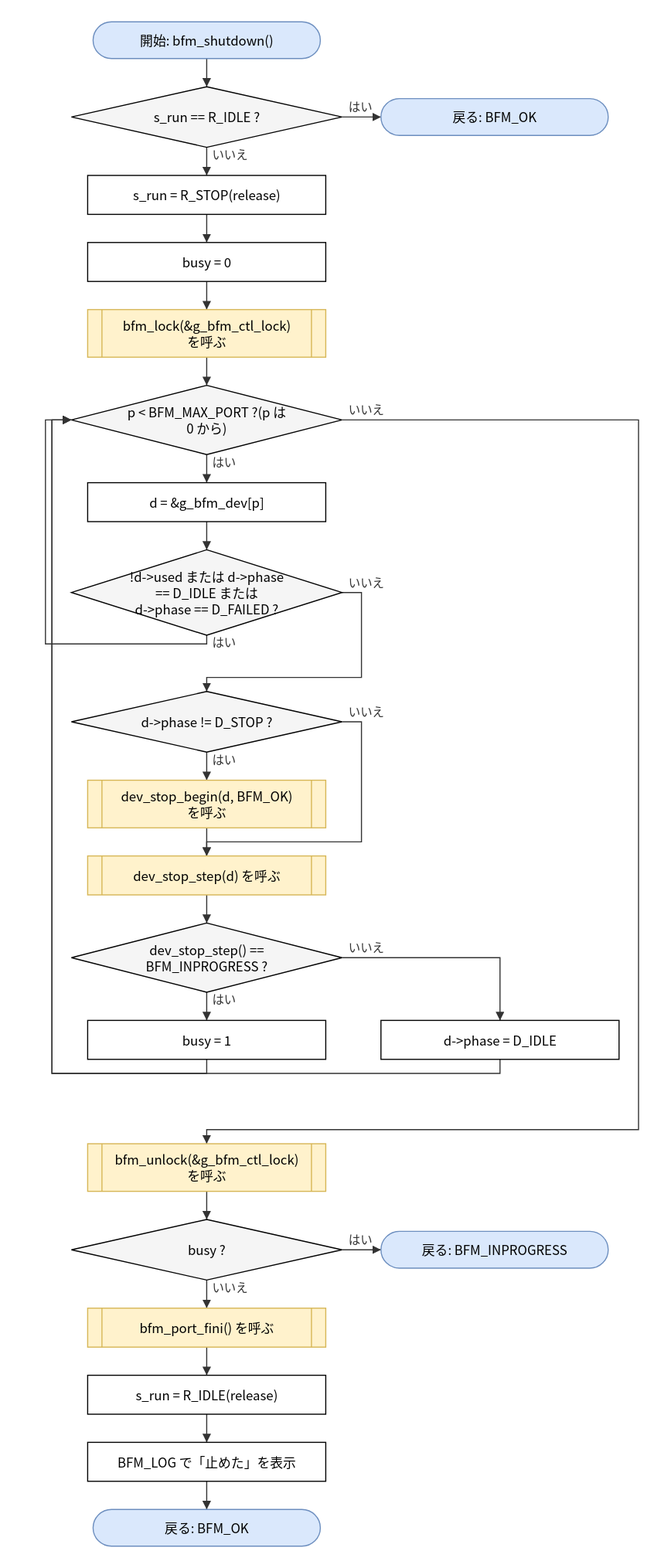
Above: doc/spec/images/flow_src_bfm_core-bfm_shutdown.drawio.svg in hf355051012-ai/bfmem (draw.io), before the change. Source tidied: cells renumbered, new cells last; positions are measured from the earlier drawing's top-left corner, leaving out a move shared by most shapes.
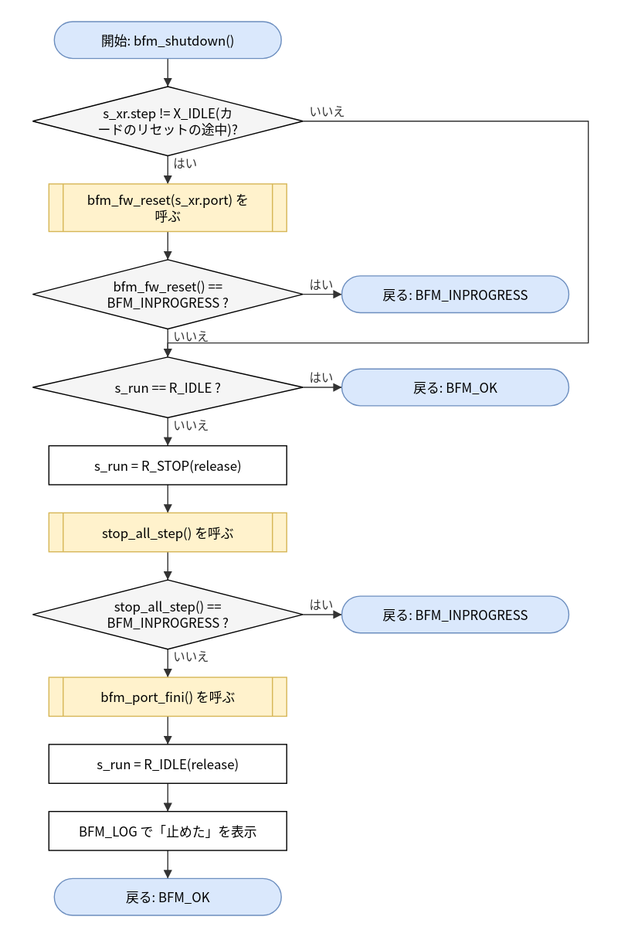
After the commit.

The edit, as a diff of the source:
```diff
@@ -3,185 +3,100 @@
     <mxCell id="0" />
     <mxCell id="1" parent="0" />
     <mxCell id="2" value="開始: bfm_shutdown()" style="rounded=1;arcSize=50;whiteSpace=wrap;html=1;fillColor=#dae8fc;strokeColor=#6c8ebf;" parent="1" vertex="1">
-      <mxGeometry x="44" width="210" height="34" as="geometry" />
+      <mxGeometry x="8" width="210" height="34" as="geometry" />
     </mxCell>
-    <mxCell id="3" value="s_run == R_IDLE ?" style="rhombus;whiteSpace=wrap;html=1;fillColor=#f5f5f5;" parent="1" vertex="1">
-      <mxGeometry x="24" y="60" width="250" height="56" as="geometry" />
+    <mxCell id="3" value="s_xr.step != X_IDLE(カ&lt;br&gt;ードのリセットの途中)?" style="rhombus;whiteSpace=wrap;html=1;fillColor=#f5f5f5;" parent="1" vertex="1">
+      <mxGeometry x="-12" y="60" width="250" height="64" as="geometry" />
     </mxCell>
-    <mxCell id="4" value="戻る: BFM_OK" style="rounded=1;arcSize=50;whiteSpace=wrap;html=1;fillColor=#dae8fc;strokeColor=#6c8ebf;" parent="1" vertex="1">
-      <mxGeometry x="310" y="71" width="210" height="34" as="geometry" />
+    <mxCell id="4" value="bfm_fw_reset(s_xr.port) を&lt;br&gt;呼ぶ" style="shape=process;whiteSpace=wrap;html=1;backgroundOutline=1;size=0.06;fillColor=#fff2cc;strokeColor=#d6b656;" parent="1" vertex="1">
+      <mxGeometry x="3" y="150" width="220" height="44" as="geometry" />
     </mxCell>
-    <mxCell id="5" value="s_run = R_STOP(release)" style="rounded=0;whiteSpace=wrap;html=1;" parent="1" vertex="1">
-      <mxGeometry x="39" y="142" width="220" height="36" as="geometry" />
+    <mxCell id="5" value="bfm_fw_reset() ==&lt;br&gt;BFM_INPROGRESS ?" style="rhombus;whiteSpace=wrap;html=1;fillColor=#f5f5f5;" parent="1" vertex="1">
+      <mxGeometry x="-12" y="220" width="250" height="64" as="geometry" />
     </mxCell>
-    <mxCell id="6" value="busy = 0" style="rounded=0;whiteSpace=wrap;html=1;" parent="1" vertex="1">
-      <mxGeometry x="39" y="204" width="220" height="36" as="geometry" />
+    <mxCell id="6" value="戻る: BFM_INPROGRESS" style="rounded=1;arcSize=50;whiteSpace=wrap;html=1;fillColor=#dae8fc;strokeColor=#6c8ebf;" parent="1" vertex="1">
+      <mxGeometry x="274" y="235" width="210" height="34" as="geometry" />
     </mxCell>
-    <mxCell id="7" value="bfm_lock(&amp;amp;g_bfm_ctl_lock)&lt;br&gt;を呼ぶ" style="shape=process;whiteSpace=wrap;html=1;backgroundOutline=1;size=0.06;fillColor=#fff2cc;strokeColor=#d6b656;" parent="1" vertex="1">
-      <mxGeometry x="39" y="266" width="220" height="44" as="geometry" />
+    <mxCell id="7" value="s_run == R_IDLE ?" style="rhombus;whiteSpace=wrap;html=1;fillColor=#f5f5f5;" parent="1" vertex="1">
+      <mxGeometry x="-12" y="310" width="250" height="56" as="geometry" />
     </mxCell>
-    <mxCell id="8" value="p &amp;lt; BFM_MAX_PORT ?(p は&lt;br&gt;0 から)" style="rhombus;whiteSpace=wrap;html=1;fillColor=#f5f5f5;" parent="1" vertex="1">
-      <mxGeometry x="24" y="336" width="250" height="64" as="geometry" />
+    <mxCell id="8" value="戻る: BFM_OK" style="rounded=1;arcSize=50;whiteSpace=wrap;html=1;fillColor=#dae8fc;strokeColor=#6c8ebf;" parent="1" vertex="1">
+      <mxGeometry x="274" y="321" width="210" height="34" as="geometry" />
     </mxCell>
-    <mxCell id="9" value="d = &amp;amp;g_bfm_dev[p]" style="rounded=0;whiteSpace=wrap;html=1;" parent="1" vertex="1">
-      <mxGeometry x="39" y="426" width="220" height="36" as="geometry" />
+    <mxCell id="9" value="s_run = R_STOP(release)" style="rounded=0;whiteSpace=wrap;html=1;" parent="1" vertex="1">
+      <mxGeometry x="3" y="392" width="220" height="36" as="geometry" />
     </mxCell>
-    <mxCell id="10" value="!d-&amp;gt;used または d-&amp;gt;phase&lt;br&gt;== D_IDLE または&lt;br&gt;d-&amp;gt;phase == D_FAILED ?" style="rhombus;whiteSpace=wrap;html=1;fillColor=#f5f5f5;" parent="1" vertex="1">
-      <mxGeometry x="24" y="488" width="250" height="79" as="geometry" />
+    <mxCell id="10" value="stop_all_step() を呼ぶ" style="shape=process;whiteSpace=wrap;html=1;backgroundOutline=1;size=0.06;fillColor=#fff2cc;strokeColor=#d6b656;" parent="1" vertex="1">
+      <mxGeometry x="3" y="454" width="220" height="36" as="geometry" />
     </mxCell>
-    <mxCell id="11" value="d-&amp;gt;phase != D_STOP ?" style="rhombus;whiteSpace=wrap;html=1;fillColor=#f5f5f5;" parent="1" vertex="1">
-      <mxGeometry x="24" y="619" width="250" height="56" as="geometry" />
+    <mxCell id="11" value="stop_all_step() ==&lt;br&gt;BFM_INPROGRESS ?" style="rhombus;whiteSpace=wrap;html=1;fillColor=#f5f5f5;" parent="1" vertex="1">
+      <mxGeometry x="-12" y="516" width="250" height="64" as="geometry" />
     </mxCell>
-    <mxCell id="12" value="dev_stop_begin(d, BFM_OK)&lt;br&gt;を呼ぶ" style="shape=process;whiteSpace=wrap;html=1;backgroundOutline=1;size=0.06;fillColor=#fff2cc;strokeColor=#d6b656;" parent="1" vertex="1">
-      <mxGeometry x="39" y="701" width="220" height="44" as="geometry" />
+    <mxCell id="12" value="戻る: BFM_INPROGRESS" style="rounded=1;arcSize=50;whiteSpace=wrap;html=1;fillColor=#dae8fc;strokeColor=#6c8ebf;" parent="1" vertex="1">
+      <mxGeometry x="274" y="531" width="210" height="34" as="geometry" />
     </mxCell>
-    <mxCell id="13" value="dev_stop_step(d) を呼ぶ" style="shape=process;whiteSpace=wrap;html=1;backgroundOutline=1;size=0.06;fillColor=#fff2cc;strokeColor=#d6b656;" parent="1" vertex="1">
-      <mxGeometry x="39" y="771" width="220" height="36" as="geometry" />
+    <mxCell id="13" value="bfm_port_fini() を呼ぶ" style="shape=process;whiteSpace=wrap;html=1;backgroundOutline=1;size=0.06;fillColor=#fff2cc;strokeColor=#d6b656;" parent="1" vertex="1">
+      <mxGeometry x="3" y="606" width="220" height="36" as="geometry" />
     </mxCell>
-    <mxCell id="14" value="dev_stop_step() ==&lt;br&gt;BFM_INPROGRESS ?" style="rhombus;whiteSpace=wrap;html=1;fillColor=#f5f5f5;" parent="1" vertex="1">
-      <mxGeometry x="24" y="833" width="250" height="64" as="geometry" />
+    <mxCell id="14" value="s_run = R_IDLE(release)" style="rounded=0;whiteSpace=wrap;html=1;" parent="1" vertex="1">
+      <mxGeometry x="3" y="668" width="220" height="36" as="geometry" />
     </mxCell>
-    <mxCell id="15" value="busy = 1" style="rounded=0;whiteSpace=wrap;html=1;" parent="1" vertex="1">
-      <mxGeometry x="39" y="923" width="220" height="36" as="geometry" />
+    <mxCell id="15" value="BFM_LOG で「止めた」を表示" style="rounded=0;whiteSpace=wrap;html=1;" parent="1" vertex="1">
+      <mxGeometry x="3" y="730" width="220" height="36" as="geometry" />
     </mxCell>
-    <mxCell id="16" value="d-&amp;gt;phase = D_IDLE" style="rounded=0;whiteSpace=wrap;html=1;" parent="1" vertex="1">
-      <mxGeometry x="310" y="923" width="220" height="36" as="geometry" />
+    <mxCell id="16" value="戻る: BFM_OK" style="rounded=1;arcSize=50;whiteSpace=wrap;html=1;fillColor=#dae8fc;strokeColor=#6c8ebf;" parent="1" vertex="1">
+      <mxGeometry x="8" y="792" width="210" height="34" as="geometry" />
     </mxCell>
-    <mxCell id="17" value="bfm_unlock(&amp;amp;g_bfm_ctl_lock)&lt;br&gt;を呼ぶ" style="shape=process;whiteSpace=wrap;html=1;backgroundOutline=1;size=0.06;fillColor=#fff2cc;strokeColor=#d6b656;" parent="1" vertex="1">
-      <mxGeometry x="39" y="1037" width="220" height="44" as="geometry" />
-    </mxCell>
-    <mxCell id="18" value="busy ?" style="rhombus;whiteSpace=wrap;html=1;fillColor=#f5f5f5;" parent="1" vertex="1">
-      <mxGeometry x="24" y="1107" width="250" height="56" as="geometry" />
-    </mxCell>
-    <mxCell id="19" value="戻る: BFM_INPROGRESS" style="rounded=1;arcSize=50;whiteSpace=wrap;html=1;fillColor=#dae8fc;strokeColor=#6c8ebf;" parent="1" vertex="1">
-      <mxGeometry x="310" y="1118" width="210" height="34" as="geometry" />
-    </mxCell>
-    <mxCell id="20" value="bfm_port_fini() を呼ぶ" style="shape=process;whiteSpace=wrap;html=1;backgroundOutline=1;size=0.06;fillColor=#fff2cc;strokeColor=#d6b656;" parent="1" vertex="1">
-      <mxGeometry x="39" y="1189" width="220" height="36" as="geometry" />
-    </mxCell>
-    <mxCell id="21" value="s_run = R_IDLE(release)" style="rounded=0;whiteSpace=wrap;html=1;" parent="1" vertex="1">
-      <mxGeometry x="39" y="1251" width="220" height="36" as="geometry" />
-    </mxCell>
-    <mxCell id="22" value="BFM_LOG で「止めた」を表示" style="rounded=0;whiteSpace=wrap;html=1;" parent="1" vertex="1">
-      <mxGeometry x="39" y="1313" width="220" height="36" as="geometry" />
-    </mxCell>
-    <mxCell id="23" value="戻る: BFM_OK" style="rounded=1;arcSize=50;whiteSpace=wrap;html=1;fillColor=#dae8fc;strokeColor=#6c8ebf;" parent="1" vertex="1">
-      <mxGeometry x="44" y="1375" width="210" height="34" as="geometry" />
-    </mxCell>
     <mxCell id="24" style="edgeStyle=none;html=1;rounded=0;endArrow=block;endFill=1;exitX=0.5000;exitY=1.0000;exitDx=0;exitDy=0;exitPerimeter=0;entryX=0.5000;entryY=0.0000;entryDx=0;entryDy=0;entryPerimeter=0;" parent="1" edge="1" source="2" target="3">
       <mxGeometry relative="1" as="geometry" />
     </mxCell>
-    <mxCell id="25" value="はい" style="edgeStyle=none;html=1;rounded=0;endArrow=block;endFill=1;exitX=1.0000;exitY=0.5000;exitDx=0;exitDy=0;exitPerimeter=0;entryX=0.0000;entryY=0.5000;entryDx=0;entryDy=0;entryPerimeter=0;" parent="1" edge="1" source="3" target="4">
+    <mxCell id="25" value="はい" style="edgeStyle=none;html=1;rounded=0;endArrow=block;endFill=1;exitX=0.5000;exitY=1.0000;exitDx=0;exitDy=0;exitPerimeter=0;entryX=0.5000;entryY=0.0000;entryDx=0;entryDy=0;entryPerimeter=0;" parent="1" edge="1" source="3" target="4">
       <mxGeometry relative="1" as="geometry" />
     </mxCell>
-    <mxCell id="26" value="いいえ" style="edgeStyle=none;html=1;rounded=0;endArrow=block;endFill=1;exitX=0.5000;exitY=1.0000;exitDx=0;exitDy=0;exitPerimeter=0;entryX=0.5000;entryY=0.0000;entryDx=0;entryDy=0;entryPerimeter=0;" parent="1" edge="1" source="3" target="5">
+    <mxCell id="26" style="edgeStyle=none;html=1;rounded=0;endArrow=block;endFill=1;exitX=0.5000;exitY=1.0000;exitDx=0;exitDy=0;exitPerimeter=0;entryX=0.5000;entryY=0.0000;entryDx=0;entryDy=0;entryPerimeter=0;" parent="1" edge="1" source="4" target="5">
       <mxGeometry relative="1" as="geometry" />
     </mxCell>
-    <mxCell id="27" style="edgeStyle=none;html=1;rounded=0;endArrow=block;endFill=1;exitX=0.5000;exitY=1.0000;exitDx=0;exitDy=0;exitPerimeter=0;entryX=0.5000;entryY=0.0000;entryDx=0;entryDy=0;entryPerimeter=0;" parent="1" edge="1" source="5" target="6">
+    <mxCell id="27" value="はい" style="edgeStyle=none;html=1;rounded=0;endArrow=block;endFill=1;exitX=1.0000;exitY=0.5000;exitDx=0;exitDy=0;exitPerimeter=0;entryX=0.0000;entryY=0.5000;entryDx=0;entryDy=0;entryPerimeter=0;" parent="1" edge="1" source="5" target="6">
       <mxGeometry relative="1" as="geometry" />
     </mxCell>
-    <mxCell id="28" style="edgeStyle=none;html=1;rounded=0;endArrow=block;endFill=1;exitX=0.5000;exitY=1.0000;exitDx=0;exitDy=0;exitPerimeter=0;entryX=0.5000;entryY=0.0000;entryDx=0;entryDy=0;entryPerimeter=0;" parent="1" edge="1" source="6" target="7">
+    <mxCell id="28" value="いいえ" style="edgeStyle=none;html=1;rounded=0;endArrow=block;endFill=1;exitX=0.5000;exitY=1.0000;exitDx=0;exitDy=0;exitPerimeter=0;entryX=0.5000;entryY=0.0000;entryDx=0;entryDy=0;entryPerimeter=0;" parent="1" edge="1" source="5" target="7">
       <mxGeometry relative="1" as="geometry" />
     </mxCell>
-    <mxCell id="29" style="edgeStyle=none;html=1;rounded=0;endArrow=block;endFill=1;exitX=0.5000;exitY=1.0000;exitDx=0;exitDy=0;exitPerimeter=0;entryX=0.5000;entryY=0.0000;entryDx=0;entryDy=0;entryPerimeter=0;" parent="1" edge="1" source="7" target="8">
-      <mxGeometry relative="1" as="geometry" />
+    <mxCell id="29" value="いいえ" style="edgeStyle=none;html=1;rounded=0;endArrow=block;endFill=1;exitX=1.0000;exitY=0.5000;exitDx=0;exitDy=0;exitPerimeter=0;entryX=0.5000;entryY=0.0000;entryDx=0;entryDy=0;entryPerimeter=0;" parent="1" edge="1" source="3" target="7">
+      <mxGeometry relative="1" as="geometry">
+        <Array as="points">
+          <mxPoint x="502" y="92" />
+          <mxPoint x="502" y="297" />
+          <mxPoint x="113" y="297" />
+        </Array>
+      </mxGeometry>
     </mxCell>
-    <mxCell id="30" value="はい" style="edgeStyle=none;html=1;rounded=0;endArrow=block;endFill=1;exitX=0.5000;exitY=1.0000;exitDx=0;exitDy=0;exitPerimeter=0;entryX=0.5000;entryY=0.0000;entryDx=0;entryDy=0;entryPerimeter=0;" parent="1" edge="1" source="8" target="9">
+    <mxCell id="30" value="はい" style="edgeStyle=none;html=1;rounded=0;endArrow=block;endFill=1;exitX=1.0000;exitY=0.5000;exitDx=0;exitDy=0;exitPerimeter=0;entryX=0.0000;entryY=0.5000;entryDx=0;entryDy=0;entryPerimeter=0;" parent="1" edge="1" source="7" target="8">
       <mxGeometry relative="1" as="geometry" />
     </mxCell>
-    <mxCell id="31" style="edgeStyle=none;html=1;rounded=0;endArrow=block;endFill=1;exitX=0.5000;exitY=1.0000;exitDx=0;exitDy=0;exitPerimeter=0;entryX=0.5000;entryY=0.0000;entryDx=0;entryDy=0;entryPerimeter=0;" parent="1" edge="1" source="9" target="10">
+    <mxCell id="31" value="いいえ" style="edgeStyle=none;html=1;rounded=0;endArrow=block;endFill=1;exitX=0.5000;exitY=1.0000;exitDx=0;exitDy=0;exitPerimeter=0;entryX=0.5000;entryY=0.0000;entryDx=0;entryDy=0;entryPerimeter=0;" parent="1" edge="1" source="7" target="9">
       <mxGeometry relative="1" as="geometry" />
     </mxCell>
-    <mxCell id="32" value="いいえ" style="edgeStyle=none;html=1;rounded=0;endArrow=block;endFill=1;exitX=1.0000;exitY=0.5000;exitDx=0;exitDy=0;exitPerimeter=0;entryX=0.5000;entryY=0.0000;entryDx=0;entryDy=0;entryPerimeter=0;" parent="1" edge="1" source="10" target="11">
-      <mxGeometry relative="1" as="geometry">
-        <Array as="points">
-          <mxPoint x="292" y="527.5" />
-          <mxPoint x="292" y="606" />
-          <mxPoint x="149" y="606" />
-        </Array>
-      </mxGeometry>
+    <mxCell id="32" style="edgeStyle=none;html=1;rounded=0;endArrow=block;endFill=1;exitX=0.5000;exitY=1.0000;exitDx=0;exitDy=0;exitPerimeter=0;entryX=0.5000;entryY=0.0000;entryDx=0;entryDy=0;entryPerimeter=0;" parent="1" edge="1" source="9" target="10">
+      <mxGeometry relative="1" as="geometry" />
     </mxCell>
-    <mxCell id="33" value="はい" style="edgeStyle=none;html=1;rounded=0;endArrow=block;endFill=1;exitX=0.5000;exitY=1.0000;exitDx=0;exitDy=0;exitPerimeter=0;entryX=0.5000;entryY=0.0000;entryDx=0;entryDy=0;entryPerimeter=0;" parent="1" edge="1" source="11" target="12">
+    <mxCell id="33" style="edgeStyle=none;html=1;rounded=0;endArrow=block;endFill=1;exitX=0.5000;exitY=1.0000;exitDx=0;exitDy=0;exitPerimeter=0;entryX=0.5000;entryY=0.0000;entryDx=0;entryDy=0;entryPerimeter=0;" parent="1" edge="1" source="10" target="11">
       <mxGeometry relative="1" as="geometry" />
     </mxCell>
-    <mxCell id="34" style="edgeStyle=none;html=1;rounded=0;endArrow=block;endFill=1;exitX=0.5000;exitY=1.0000;exitDx=0;exitDy=0;exitPerimeter=0;entryX=0.5000;entryY=0.0000;entryDx=0;entryDy=0;entryPerimeter=0;" parent="1" edge="1" source="12" target="13">
+    <mxCell id="34" value="はい" style="edgeStyle=none;html=1;rounded=0;endArrow=block;endFill=1;exitX=1.0000;exitY=0.5000;exitDx=0;exitDy=0;exitPerimeter=0;entryX=0.0000;entryY=0.5000;entryDx=0;entryDy=0;entryPerimeter=0;" parent="1" edge="1" source="11" target="12">
       <mxGeometry relative="1" as="geometry" />
     </mxCell>
-    <mxCell id="35" value="いいえ" style="edgeStyle=none;html=1;rounded=0;endArrow=block;endFill=1;exitX=1.0000;exitY=0.5000;exitDx=0;exitDy=0;exitPerimeter=0;entryX=0.5000;entryY=0.0000;entryDx=0;entryDy=0;entryPerimeter=0;" parent="1" edge="1" source="11" target="13">
-      <mxGeometry relative="1" as="geometry">
-        <Array as="points">
-          <mxPoint x="292" y="647" />
-          <mxPoint x="292" y="758" />
-          <mxPoint x="149" y="758" />
-        </Array>
-      </mxGeometry>
+    <mxCell id="35" value="いいえ" style="edgeStyle=none;html=1;rounded=0;endArrow=block;endFill=1;exitX=0.5000;exitY=1.0000;exitDx=0;exitDy=0;exitPerimeter=0;entryX=0.5000;entryY=0.0000;entryDx=0;entryDy=0;entryPerimeter=0;" parent="1" edge="1" source="11" target="13">
+      <mxGeometry relative="1" as="geometry" />
     </mxCell>
     <mxCell id="36" style="edgeStyle=none;html=1;rounded=0;endArrow=block;endFill=1;exitX=0.5000;exitY=1.0000;exitDx=0;exitDy=0;exitPerimeter=0;entryX=0.5000;entryY=0.0000;entryDx=0;entryDy=0;entryPerimeter=0;" parent="1" edge="1" source="13" target="14">
       <mxGeometry relative="1" as="geometry" />
     </mxCell>
-    <mxCell id="37" value="はい" style="edgeStyle=none;html=1;rounded=0;endArrow=block;endFill=1;exitX=0.5000;exitY=1.0000;exitDx=0;exitDy=0;exitPerimeter=0;entryX=0.5000;entryY=0.0000;entryDx=0;entryDy=0;entryPerimeter=0;" parent="1" edge="1" source="14" target="15">
+    <mxCell id="37" style="edgeStyle=none;html=1;rounded=0;endArrow=block;endFill=1;exitX=0.5000;exitY=1.0000;exitDx=0;exitDy=0;exitPerimeter=0;entryX=0.5000;entryY=0.0000;entryDx=0;entryDy=0;entryPerimeter=0;" parent="1" edge="1" source="14" target="15">
       <mxGeometry relative="1" as="geometry" />
     </mxCell>
-    <mxCell id="38" value="いいえ" style="edgeStyle=none;html=1;rounded=0;endArrow=block;endFill=1;exitX=1.0000;exitY=0.5000;exitDx=0;exitDy=0;exitPerimeter=0;entryX=0.5000;entryY=0.0000;entryDx=0;entryDy=0;entryPerimeter=0;" parent="1" edge="1" source="14" target="16">
-      <mxGeometry relative="1" as="geometry">
-        <Array as="points">
-          <mxPoint x="420" y="865" />
-        </Array>
-      </mxGeometry>
+    <mxCell id="38" style="edgeStyle=none;html=1;rounded=0;endArrow=block;endFill=1;exitX=0.5000;exitY=1.0000;exitDx=0;exitDy=0;exitPerimeter=0;entryX=0.5000;entryY=0.0000;entryDx=0;entryDy=0;entryPerimeter=0;" parent="1" edge="1" source="15" target="16">
+      <mxGeometry relative="1" as="geometry" />
     </mxCell>
-    <mxCell id="39" style="edgeStyle=none;html=1;rounded=0;endArrow=block;endFill=1;exitX=0.5000;exitY=1.0000;exitDx=0;exitDy=0;exitPerimeter=0;entryX=0.0000;entryY=0.5000;entryDx=0;entryDy=0;entryPerimeter=0;" parent="1" edge="1" source="15" target="8">
-      <mxGeometry relative="1" as="geometry">
-        <Array as="points">
-          <mxPoint x="149" y="972" />
-          <mxPoint x="6" y="972" />
-          <mxPoint x="6" y="368" />
-        </Array>
-      </mxGeometry>
-    </mxCell>
-    <mxCell id="40" style="edgeStyle=none;html=1;rounded=0;endArrow=block;endFill=1;exitX=0.5000;exitY=1.0000;exitDx=0;exitDy=0;exitPerimeter=0;entryX=0.0000;entryY=0.5000;entryDx=0;entryDy=0;entryPerimeter=0;" parent="1" edge="1" source="16" target="8">
-      <mxGeometry relative="1" as="geometry">
-        <Array as="points">
-          <mxPoint x="420" y="972" />
-          <mxPoint x="6" y="972" />
-          <mxPoint x="6" y="368" />
-        </Array>
-      </mxGeometry>
-    </mxCell>
-    <mxCell id="41" value="はい" style="edgeStyle=none;html=1;rounded=0;endArrow=block;endFill=1;exitX=0.5000;exitY=1.0000;exitDx=0;exitDy=0;exitPerimeter=0;entryX=0.0000;entryY=0.5000;entryDx=0;entryDy=0;entryPerimeter=0;" parent="1" edge="1" source="10" target="8">
-      <mxGeometry relative="1" as="geometry">
-        <Array as="points">
-          <mxPoint x="149" y="575" />
-          <mxPoint y="575" />
-          <mxPoint y="368" />
-        </Array>
-      </mxGeometry>
-    </mxCell>
-    <mxCell id="42" value="いいえ" style="edgeStyle=none;html=1;rounded=0;endArrow=block;endFill=1;exitX=1.0000;exitY=0.5000;exitDx=0;exitDy=0;exitPerimeter=0;entryX=0.5000;entryY=0.0000;entryDx=0;entryDy=0;entryPerimeter=0;" parent="1" edge="1" source="8" target="17">
-      <mxGeometry relative="1" as="geometry">
-        <Array as="points">
-          <mxPoint x="548" y="368" />
-          <mxPoint x="548" y="1024" />
-          <mxPoint x="149" y="1024" />
-        </Array>
-      </mxGeometry>
-    </mxCell>
-    <mxCell id="43" style="edgeStyle=none;html=1;rounded=0;endArrow=block;endFill=1;exitX=0.5000;exitY=1.0000;exitDx=0;exitDy=0;exitPerimeter=0;entryX=0.5000;entryY=0.0000;entryDx=0;entryDy=0;entryPerimeter=0;" parent="1" edge="1" source="17" target="18">
-      <mxGeometry relative="1" as="geometry" />
-    </mxCell>
-    <mxCell id="44" value="はい" style="edgeStyle=none;html=1;rounded=0;endArrow=block;endFill=1;exitX=1.0000;exitY=0.5000;exitDx=0;exitDy=0;exitPerimeter=0;entryX=0.0000;entryY=0.5000;entryDx=0;entryDy=0;entryPerimeter=0;" parent="1" edge="1" source="18" target="19">
-      <mxGeometry relative="1" as="geometry" />
-    </mxCell>
-    <mxCell id="45" value="いいえ" style="edgeStyle=none;html=1;rounded=0;endArrow=block;endFill=1;exitX=0.5000;exitY=1.0000;exitDx=0;exitDy=0;exitPerimeter=0;entryX=0.5000;entryY=0.0000;entryDx=0;entryDy=0;entryPerimeter=0;" parent="1" edge="1" source="18" target="20">
-      <mxGeometry relative="1" as="geometry" />
-    </mxCell>
-    <mxCell id="46" style="edgeStyle=none;html=1;rounded=0;endArrow=block;endFill=1;exitX=0.5000;exitY=1.0000;exitDx=0;exitDy=0;exitPerimeter=0;entryX=0.5000;entryY=0.0000;entryDx=0;entryDy=0;entryPerimeter=0;" parent="1" edge="1" source="20" target="21">
-      <mxGeometry relative="1" as="geometry" />
-    </mxCell>
-    <mxCell id="47" style="edgeStyle=none;html=1;rounded=0;endArrow=block;endFill=1;exitX=0.5000;exitY=1.0000;exitDx=0;exitDy=0;exitPerimeter=0;entryX=0.5000;entryY=0.0000;entryDx=0;entryDy=0;entryPerimeter=0;" parent="1" edge="1" source="21" target="22">
-      <mxGeometry relative="1" as="geometry" />
-    </mxCell>
-    <mxCell id="48" style="edgeStyle=none;html=1;rounded=0;endArrow=block;endFill=1;exitX=0.5000;exitY=1.0000;exitDx=0;exitDy=0;exitPerimeter=0;entryX=0.5000;entryY=0.0000;entryDx=0;entryDy=0;entryPerimeter=0;" parent="1" edge="1" source="22" target="23">
-      <mxGeometry relative="1" as="geometry" />
-    </mxCell>
   </root>
 </mxGraphModel>
```
